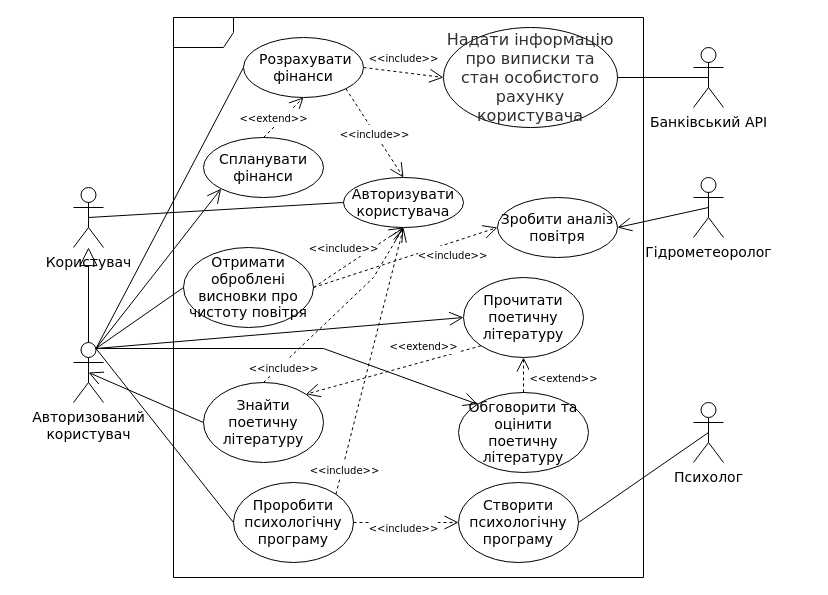
Before: 1.3-SoftwareUserRequirements/1.3.3-UseCaseDiagram/UML-diagram-XML.drawio in oleksandrblazhko/ai202-kovach, a draw.io diagram. Source tidied: cells renumbered, new cells numbered last; positions are measured from the earlier drawing's top-left corner, leaving out a move shared by most shapes. Both pictures are drawn from the tidied source at 100%, with x=0, y=0 at pixel (73, 17).
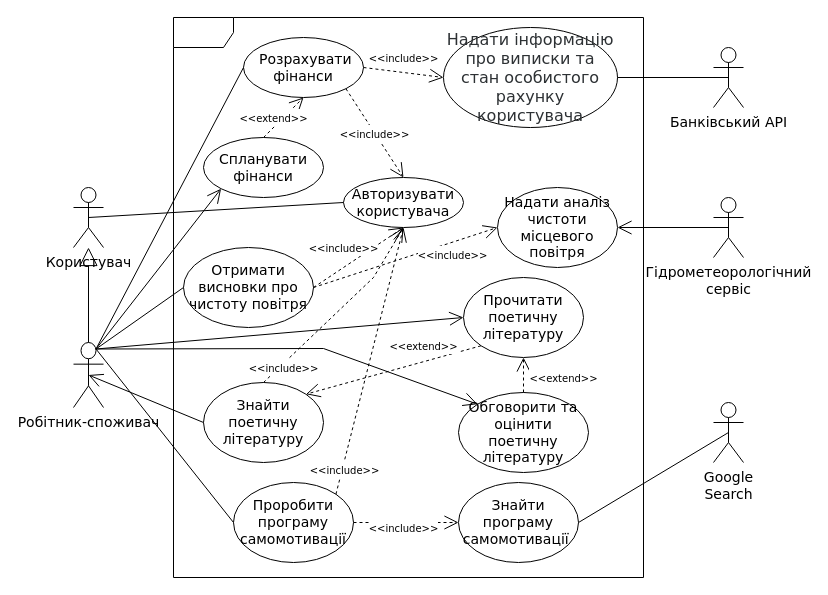
The same page after the edit.

What changed in the source:
```diff
@@
-    <mxCell id="3" value="Психолог" style="shape=umlActor;verticalLabelPosition=bottom;verticalAlign=top;html=1;outlineConnect=0;fontFamily=Verdana;fontSize=14;" parent="1" vertex="1">
-      <mxGeometry x="620" y="385" width="30" height="60" as="geometry" />
+    <mxCell id="3" value="Google&lt;br&gt;Search" style="shape=umlActor;verticalLabelPosition=bottom;verticalAlign=top;html=1;outlineConnect=0;fontFamily=Verdana;fontSize=14;" parent="1" vertex="1">
+      <mxGeometry x="640" y="385" width="30" height="60" as="geometry" />
     </mxCell>
     <mxCell id="4" value="Банківський API" style="shape=umlActor;verticalLabelPosition=bottom;verticalAlign=top;html=1;outlineConnect=0;fontFamily=Verdana;fontSize=14;" parent="1" vertex="1">
-      <mxGeometry x="620" y="30" width="30" height="60" as="geometry" />
+      <mxGeometry x="640" y="30" width="30" height="60" as="geometry" />
     </mxCell>
-    <mxCell id="5" value="Гідрометеоролог" style="shape=umlActor;verticalLabelPosition=bottom;verticalAlign=top;html=1;outlineConnect=0;fontFamily=Verdana;fontSize=14;" parent="1" vertex="1">
-      <mxGeometry x="620" y="160" width="30" height="60" as="geometry" />
+    <mxCell id="5" value="Гідрометеорологічний&lt;br&gt;сервіс" style="shape=umlActor;verticalLabelPosition=bottom;verticalAlign=top;html=1;outlineConnect=0;fontFamily=Verdana;fontSize=14;" parent="1" vertex="1">
+      <mxGeometry x="640" y="180" width="30" height="60" as="geometry" />
     </mxCell>
-    <mxCell id="6" value="Авторизований&lt;br&gt;користувач" style="shape=umlActor;verticalLabelPosition=bottom;verticalAlign=top;html=1;outlineConnect=0;fontFamily=Verdana;fontSize=14;" parent="1" vertex="1">
-      <mxGeometry y="325" width="30" height="60" as="geometry" />
+    <mxCell id="6" value="Робітник-споживач" style="shape=umlActor;verticalLabelPosition=bottom;verticalAlign=top;html=1;outlineConnect=0;fontFamily=Verdana;fontSize=14;" parent="1" vertex="1">
+      <mxGeometry y="325" width="30" height="65" as="geometry" />
     </mxCell>
@@
-    <mxCell id="13" value="Отримати оброблені висновки про чистоту повітря" style="ellipse;whiteSpace=wrap;html=1;fontFamily=Verdana;fontSize=14;" parent="1" vertex="1">
+    <mxCell id="13" value="Отримати висновки про чистоту повітря" style="ellipse;whiteSpace=wrap;html=1;fontFamily=Verdana;fontSize=14;" parent="1" vertex="1">
       <mxGeometry x="110" y="230" width="130" height="80" as="geometry" />
     </mxCell>
@@
-    <mxCell id="15" value="Проробити психологічну програму" style="ellipse;whiteSpace=wrap;html=1;fontFamily=Verdana;fontSize=14;" parent="1" vertex="1">
+    <mxCell id="15" value="Проробити програму&lt;br&gt;самомотивації" style="ellipse;whiteSpace=wrap;html=1;fontFamily=Verdana;fontSize=14;" parent="1" vertex="1">
       <mxGeometry x="160" y="465" width="120" height="80" as="geometry" />
     </mxCell>
@@
-    <mxCell id="27" value="Зробити аналіз&lt;br&gt;повітря" style="ellipse;whiteSpace=wrap;html=1;fontFamily=Verdana;fontSize=14;" parent="1" vertex="1">
-      <mxGeometry x="424" y="180" width="120" height="60" as="geometry" />
+    <mxCell id="27" value="Надати аналіз чистоти місцевого повітря" style="ellipse;whiteSpace=wrap;html=1;fontFamily=Verdana;fontSize=14;" parent="1" vertex="1">
+      <mxGeometry x="424" y="170" width="120" height="80" as="geometry" />
     </mxCell>
@@
-    <mxCell id="38" value="Створити психологічну програму" style="ellipse;whiteSpace=wrap;html=1;fontFamily=Verdana;fontSize=14;" parent="1" vertex="1">
+    <mxCell id="38" value="Знайти програму самомотивації&amp;nbsp;" style="ellipse;whiteSpace=wrap;html=1;fontFamily=Verdana;fontSize=14;" parent="1" vertex="1">
       <mxGeometry x="385" y="465" width="120" height="80" as="geometry" />
     </mxCell>
```
